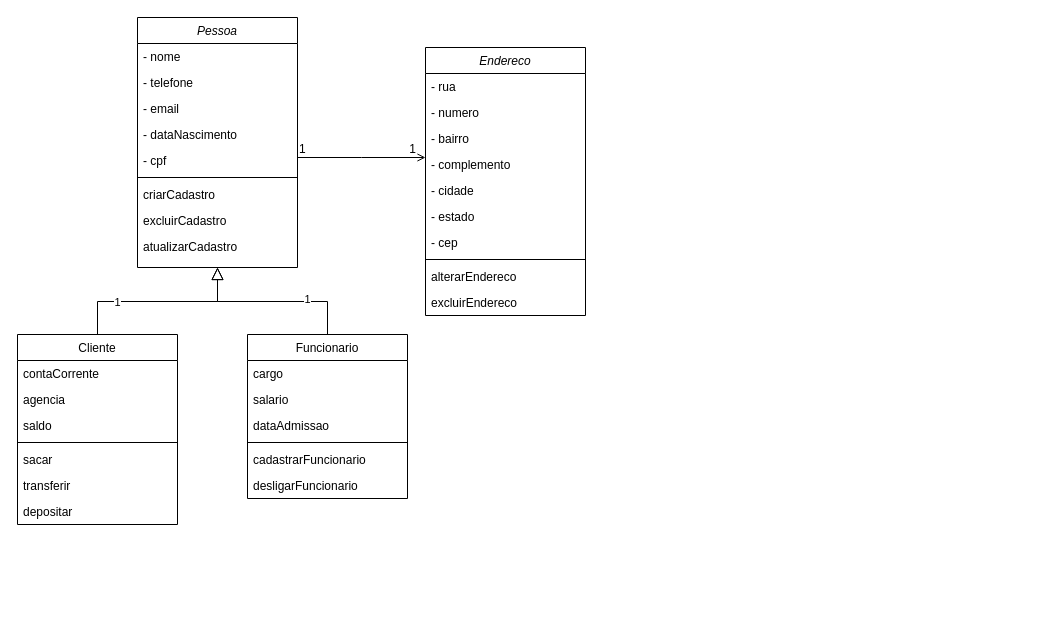
Earlier version of the draw.io diagram Diagrama sem nome.drawio (marinando/EstudoDeCaso1). Source tidied: cells renumbered, new cells numbered last; positions are measured from the earlier drawing's top-left corner, leaving out a move shared by most shapes. Both pictures are drawn from the tidied source at 100%, with x=0, y=0 at pixel (17, 17).
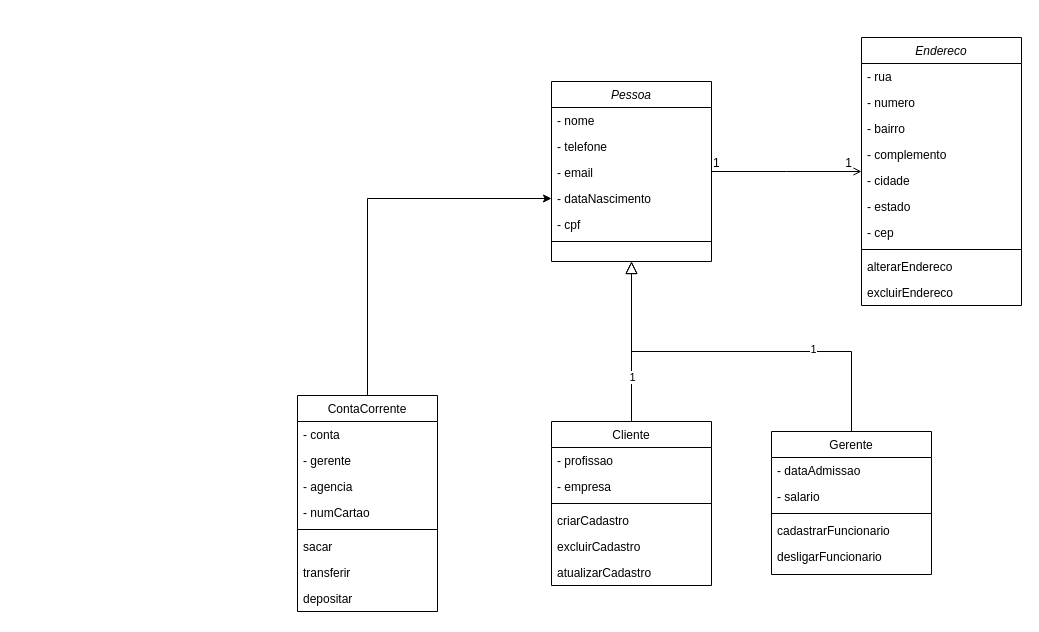
The same page after the edit.

The change refers to these unchanged cells:
```xml
<mxCell id="6" value="- dataNascimento" style="text;align=left;verticalAlign=top;spacingLeft=4;spacingRight=4;overflow=hidden;points=[[0,0.5],[1,0.5]];portConstraint=eastwest;rounded=0;shadow=0;html=0;" parent="2" vertex="1">
  <mxGeometry y="104" width="160" height="26" as="geometry" />
</mxCell>
```

Diff of the diagram source:
```diff
@@
     <mxCell id="2" value="Pessoa" style="swimlane;fontStyle=2;align=center;verticalAlign=top;horizontal=1;startSize=26;rounded=0;shadow=0;strokeWidth=1;" parent="1" vertex="1">
-      <mxGeometry x="120" width="160" height="250" as="geometry" />
+      <mxGeometry x="534" y="64" width="160" height="180" as="geometry" />
     </mxCell>
@@
+    <mxCell id="12" value="Cliente" style="swimlane;fontStyle=0;align=center;verticalAlign=top;horizontal=1;startSize=26;rounded=0;shadow=0;strokeWidth=1;" parent="1" vertex="1">
+      <mxGeometry x="534" y="404" width="160" height="164" as="geometry" />
+    </mxCell>
+    <mxCell id="24" value="- profissao" style="text;align=left;verticalAlign=top;spacingLeft=4;spacingRight=4;overflow=hidden;" parent="12" vertex="1">
+      <mxGeometry y="26" width="160" height="26" as="geometry" />
+    </mxCell>
+    <mxCell id="45" value="- empresa" style="text;align=left;verticalAlign=top;spacingLeft=4;spacingRight=4;overflow=hidden;" parent="12" vertex="1">
+      <mxGeometry y="52" width="160" height="26" as="geometry" />
+    </mxCell>
+    <mxCell id="16" style="line;html=1;strokeWidth=1;align=left;verticalAlign=middle;spacingTop=-1;spacingLeft=3;spacingRight=3;labelPosition=right;" parent="12" vertex="1">
+      <mxGeometry y="78" width="160" height="8" as="geometry" />
+    </mxCell>
-    <mxCell id="9" value="criarCadastro" style="text;align=left;verticalAlign=top;spacingLeft=4;spacingRight=4;overflow=hidden;" parent="2" vertex="1">
-      <mxGeometry y="164" width="160" height="26" as="geometry" />
+    <mxCell id="9" value="criarCadastro" style="text;align=left;verticalAlign=top;spacingLeft=4;spacingRight=4;overflow=hidden;" parent="12" vertex="1">
+      <mxGeometry y="86" width="160" height="26" as="geometry" />
     </mxCell>
-    <mxCell id="10" value="excluirCadastro" style="text;align=left;verticalAlign=top;spacingLeft=4;spacingRight=4;overflow=hidden;" parent="2" vertex="1">
-      <mxGeometry y="190" width="160" height="26" as="geometry" />
+    <mxCell id="10" value="excluirCadastro" style="text;align=left;verticalAlign=top;spacingLeft=4;spacingRight=4;overflow=hidden;" parent="12" vertex="1">
+      <mxGeometry y="112" width="160" height="26" as="geometry" />
     </mxCell>
-    <mxCell id="11" value="atualizarCadastro" style="text;align=left;verticalAlign=top;spacingLeft=4;spacingRight=4;overflow=hidden;" parent="2" vertex="1">
-      <mxGeometry y="216" width="160" height="26" as="geometry" />
+    <mxCell id="11" value="atualizarCadastro" style="text;align=left;verticalAlign=top;spacingLeft=4;spacingRight=4;overflow=hidden;" parent="12" vertex="1">
+      <mxGeometry y="138" width="160" height="26" as="geometry" />
     </mxCell>
-    <mxCell id="12" value="Cliente" style="swimlane;fontStyle=0;align=center;verticalAlign=top;horizontal=1;startSize=26;rounded=0;shadow=0;strokeWidth=1;" parent="1" vertex="1">
-      <mxGeometry y="317" width="160" height="190" as="geometry" />
-    </mxCell>
-    <mxCell id="13" value="contaCorrente" style="text;align=left;verticalAlign=top;spacingLeft=4;spacingRight=4;overflow=hidden;" parent="12" vertex="1">
-      <mxGeometry y="26" width="160" height="26" as="geometry" />
-    </mxCell>
-    <mxCell id="14" value="agencia" style="text;align=left;verticalAlign=top;spacingLeft=4;spacingRight=4;overflow=hidden;rounded=0;shadow=0;html=0;" parent="12" vertex="1">
-      <mxGeometry y="52" width="160" height="26" as="geometry" />
-    </mxCell>
-    <mxCell id="15" value="saldo" style="text;align=left;verticalAlign=top;spacingLeft=4;spacingRight=4;overflow=hidden;rounded=0;shadow=0;html=0;" parent="12" vertex="1">
-      <mxGeometry y="78" width="160" height="26" as="geometry" />
-    </mxCell>
-    <mxCell id="16" style="line;html=1;strokeWidth=1;align=left;verticalAlign=middle;spacingTop=-1;spacingLeft=3;spacingRight=3;labelPosition=right;" parent="12" vertex="1">
-      <mxGeometry y="104" width="160" height="8" as="geometry" />
-    </mxCell>
-    <mxCell id="17" value="sacar" style="text;align=left;verticalAlign=top;spacingLeft=4;spacingRight=4;overflow=hidden;fontStyle=0;" parent="12" vertex="1">
-      <mxGeometry y="112" width="160" height="26" as="geometry" />
-    </mxCell>
-    <mxCell id="18" value="transferir" style="text;align=left;verticalAlign=top;spacingLeft=4;spacingRight=4;overflow=hidden;" parent="12" vertex="1">
-      <mxGeometry y="138" width="160" height="26" as="geometry" />
-    </mxCell>
-    <mxCell id="19" value="depositar" style="text;align=left;verticalAlign=top;spacingLeft=4;spacingRight=4;overflow=hidden;" parent="12" vertex="1">
-      <mxGeometry y="164" width="160" height="26" as="geometry" />
-    </mxCell>
@@
-    <mxCell id="22" value="Funcionario" style="swimlane;fontStyle=0;align=center;verticalAlign=top;horizontal=1;startSize=26;rounded=0;shadow=0;strokeWidth=1;" parent="1" vertex="1">
-      <mxGeometry x="230" y="317" width="160" height="164" as="geometry" />
+    <mxCell id="22" value="Gerente" style="swimlane;fontStyle=0;align=center;verticalAlign=top;horizontal=1;startSize=26;rounded=0;shadow=0;strokeWidth=1;" parent="1" vertex="1">
+      <mxGeometry x="754" y="414" width="160" height="143" as="geometry" />
     </mxCell>
-    <mxCell id="23" value="cargo" style="text;align=left;verticalAlign=top;spacingLeft=4;spacingRight=4;overflow=hidden;" parent="22" vertex="1">
-      <mxGeometry y="26" width="160" height="26" as="geometry" />
-    </mxCell>
-    <mxCell id="24" value="salario" style="text;align=left;verticalAlign=top;spacingLeft=4;spacingRight=4;overflow=hidden;" parent="22" vertex="1">
-      <mxGeometry y="52" width="160" height="26" as="geometry" />
-    </mxCell>
-    <mxCell id="25" value="dataAdmissao" style="text;align=left;verticalAlign=top;spacingLeft=4;spacingRight=4;overflow=hidden;" parent="22" vertex="1">
-      <mxGeometry y="78" width="160" height="26" as="geometry" />
+    <mxCell id="25" value="- dataAdmissao" style="text;align=left;verticalAlign=top;spacingLeft=4;spacingRight=4;overflow=hidden;" parent="22" vertex="1">
+      <mxGeometry y="26" width="160" height="26" as="geometry" />
     </mxCell>
+    <mxCell id="46" value="- salario" style="text;align=left;verticalAlign=top;spacingLeft=4;spacingRight=4;overflow=hidden;" parent="22" vertex="1">
+      <mxGeometry y="52" width="160" height="26" as="geometry" />
+    </mxCell>
     <mxCell id="26" style="line;html=1;strokeWidth=1;align=left;verticalAlign=middle;spacingTop=-1;spacingLeft=3;spacingRight=3;labelPosition=right;" parent="22" vertex="1">
-      <mxGeometry y="104" width="160" height="8" as="geometry" />
+      <mxGeometry y="78" width="160" height="8" as="geometry" />
     </mxCell>
     <mxCell id="27" value="cadastrarFuncionario&#10;" style="text;align=left;verticalAlign=top;spacingLeft=4;spacingRight=4;overflow=hidden;fontStyle=0;" parent="22" vertex="1">
-      <mxGeometry y="112" width="160" height="26" as="geometry" />
+      <mxGeometry y="86" width="160" height="26" as="geometry" />
     </mxCell>
     <mxCell id="28" value="desligarFuncionario&#10;" style="text;align=left;verticalAlign=top;spacingLeft=4;spacingRight=4;overflow=hidden;fontStyle=0;" parent="22" vertex="1">
-      <mxGeometry y="138" width="160" height="26" as="geometry" />
+      <mxGeometry y="112" width="160" height="26" as="geometry" />
     </mxCell>
     <mxCell id="29" style="endArrow=block;endSize=10;endFill=0;shadow=0;strokeWidth=1;rounded=0;edgeStyle=elbowEdgeStyle;elbow=vertical;" parent="1" edge="1" source="22" target="2">
-      <mxGeometry relative="1" as="geometry" />
+      <mxGeometry relative="1" as="geometry">
+        <Array as="points">
+          <mxPoint x="714" y="334" />
+        </Array>
+      </mxGeometry>
     </mxCell>
@@
     <mxCell id="31" value="Endereco" style="swimlane;fontStyle=2;align=center;verticalAlign=top;horizontal=1;startSize=26;rounded=0;shadow=0;strokeWidth=1;" parent="1" vertex="1">
-      <mxGeometry x="408" y="30" width="160" height="268" as="geometry" />
+      <mxGeometry x="844" y="20" width="160" height="268" as="geometry" />
     </mxCell>
@@
+    <mxCell id="47" style="edgeStyle=orthogonalEdgeStyle;rounded=0;jettySize=auto;html=1;exitX=0.5;exitY=0;exitDx=0;exitDy=0;entryX=0;entryY=0.5;entryDx=0;entryDy=0;" parent="1" edge="1" source="48" target="6">
+      <mxGeometry relative="1" as="geometry" />
+    </mxCell>
+    <mxCell id="48" value="ContaCorrente" style="swimlane;fontStyle=0;horizontal=1;startSize=26;fillColor=none;" parent="1" vertex="1">
+      <mxGeometry x="280" y="378" width="140" height="216" as="geometry" />
+    </mxCell>
+    <mxCell id="49" value="- conta" style="text;strokeColor=none;fillColor=none;align=left;verticalAlign=top;spacingLeft=4;spacingRight=4;overflow=hidden;" parent="48" vertex="1">
+      <mxGeometry y="26" width="140" height="26" as="geometry" />
+    </mxCell>
+    <mxCell id="50" value="- gerente" style="text;strokeColor=none;fillColor=none;align=left;verticalAlign=top;spacingLeft=4;spacingRight=4;overflow=hidden;" parent="48" vertex="1">
+      <mxGeometry y="52" width="140" height="26" as="geometry" />
+    </mxCell>
+    <mxCell id="51" value="- agencia" style="text;strokeColor=none;fillColor=none;align=left;verticalAlign=top;spacingLeft=4;spacingRight=4;overflow=hidden;" parent="48" vertex="1">
+      <mxGeometry y="78" width="140" height="26" as="geometry" />
+    </mxCell>
+    <mxCell id="52" value="- numCartao" style="text;strokeColor=none;fillColor=none;align=left;verticalAlign=top;spacingLeft=4;spacingRight=4;overflow=hidden;" parent="48" vertex="1">
+      <mxGeometry y="104" width="140" height="26" as="geometry" />
+    </mxCell>
+    <mxCell id="53" style="line;html=1;strokeWidth=1;align=left;verticalAlign=middle;spacingTop=-1;spacingLeft=3;spacingRight=3;labelPosition=right;" parent="48" vertex="1">
+      <mxGeometry y="130" width="140" height="8" as="geometry" />
+    </mxCell>
+    <mxCell id="17" value="sacar" style="text;align=left;verticalAlign=top;spacingLeft=4;spacingRight=4;overflow=hidden;fontStyle=0;" parent="48" vertex="1">
+      <mxGeometry y="138" width="140" height="26" as="geometry" />
+    </mxCell>
+    <mxCell id="18" value="transferir" style="text;align=left;verticalAlign=top;spacingLeft=4;spacingRight=4;overflow=hidden;" parent="48" vertex="1">
+      <mxGeometry y="164" width="140" height="26" as="geometry" />
+    </mxCell>
+    <mxCell id="19" value="depositar" style="text;align=left;verticalAlign=top;spacingLeft=4;spacingRight=4;overflow=hidden;" parent="48" vertex="1">
+      <mxGeometry y="190" width="140" height="26" as="geometry" />
+    </mxCell>
```
